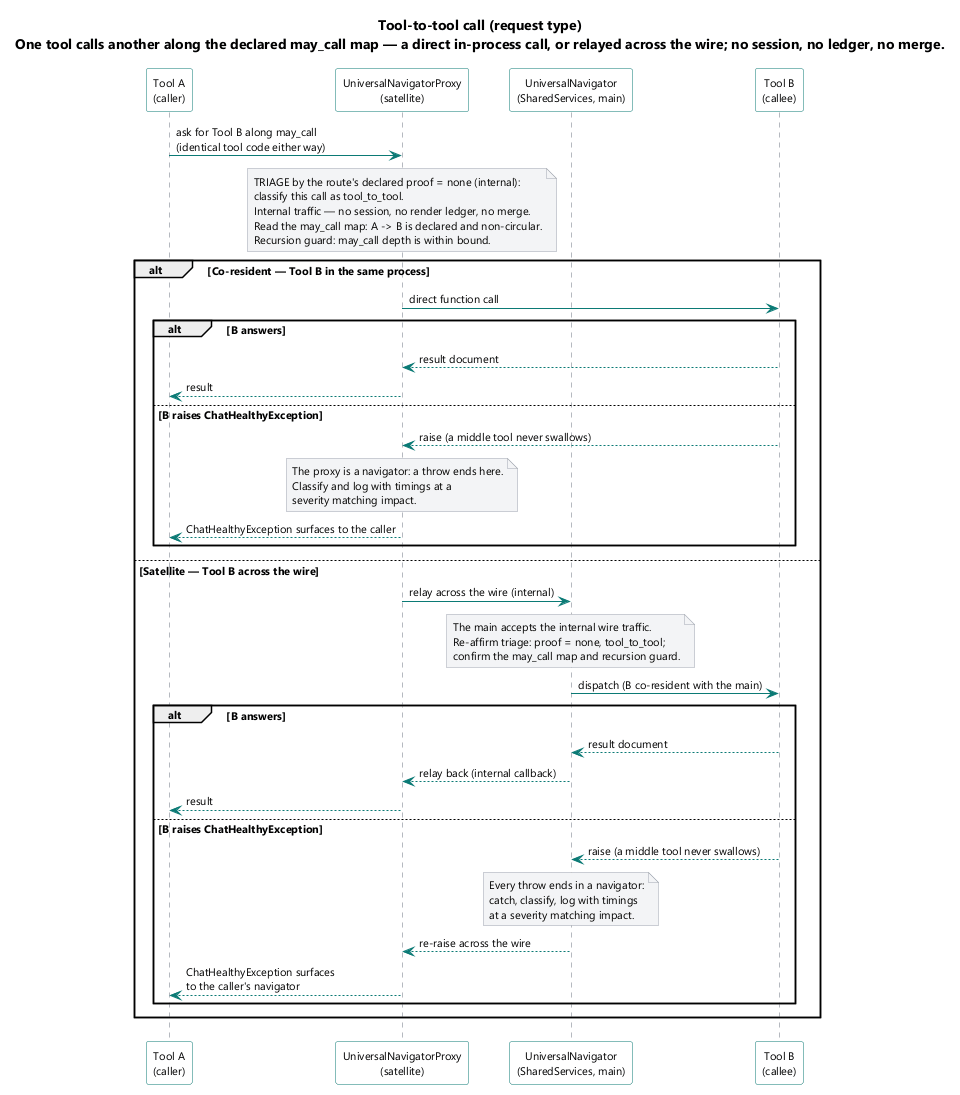
SkipSnow/ChatHealthyRepo keeps this PlantUML diagram as brain/machine_artifacts/diagramsAndImages/rendered/flow_tool_to_tool.png. Above is the earlier version. The source it was exported from:
```plantuml
@startuml
skinparam shadowing false
skinparam defaultFontName Segoe UI
skinparam defaultFontSize 11
skinparam ArrowColor #0b7a75
skinparam SequenceLifeLineBorderColor #6b7280
skinparam ParticipantBorderColor #0b7a75
skinparam ParticipantBackgroundColor #fdfdfd
skinparam NoteBackgroundColor #f3f4f6
skinparam NoteBorderColor #9ca3af

title Tool-to-tool call (request type)\nOne tool calls another along the declared may_call map — a direct in-process call, or relayed across the wire; no session, no ledger, no merge.

participant "Tool A\n(caller)" as A
participant "UniversalNavigatorProxy\n(satellite)" as P
participant "UniversalNavigator\n(SharedServices, main)" as UN
participant "Tool B\n(callee)" as B

A -> P : ask for Tool B along may_call\n(identical tool code either way)
note over P
  TRIAGE by the route's declared proof = none (internal):
  classify this call as tool_to_tool.
  Internal traffic — no session, no render ledger, no merge.
  Read the may_call map: A -> B is declared and non-circular.
  Recursion guard: may_call depth is within bound.
end note

alt Co-resident — Tool B in the same process
  P -> B : direct function call
  alt B answers
    B --> P : result document
    P --> A : result
  else B raises ChatHealthyException
    B --> P : raise (a middle tool never swallows)
    note over P
      The proxy is a navigator: a throw ends here.
      Classify and log with timings at a
      severity matching impact.
    end note
    P --> A : ChatHealthyException surfaces to the caller
  end

else Satellite — Tool B across the wire
  P -> UN : relay across the wire (internal)
  note over UN
    The main accepts the internal wire traffic.
    Re-affirm triage: proof = none, tool_to_tool;
    confirm the may_call map and recursion guard.
  end note
  UN -> B : dispatch (B co-resident with the main)
  alt B answers
    B --> UN : result document
    UN --> P : relay back (internal callback)
    P --> A : result
  else B raises ChatHealthyException
    B --> UN : raise (a middle tool never swallows)
    note over UN
      Every throw ends in a navigator:
      catch, classify, log with timings
      at a severity matching impact.
    end note
    UN --> P : re-raise across the wire
    P --> A : ChatHealthyException surfaces\nto the caller's navigator
  end
end
@enduml
```
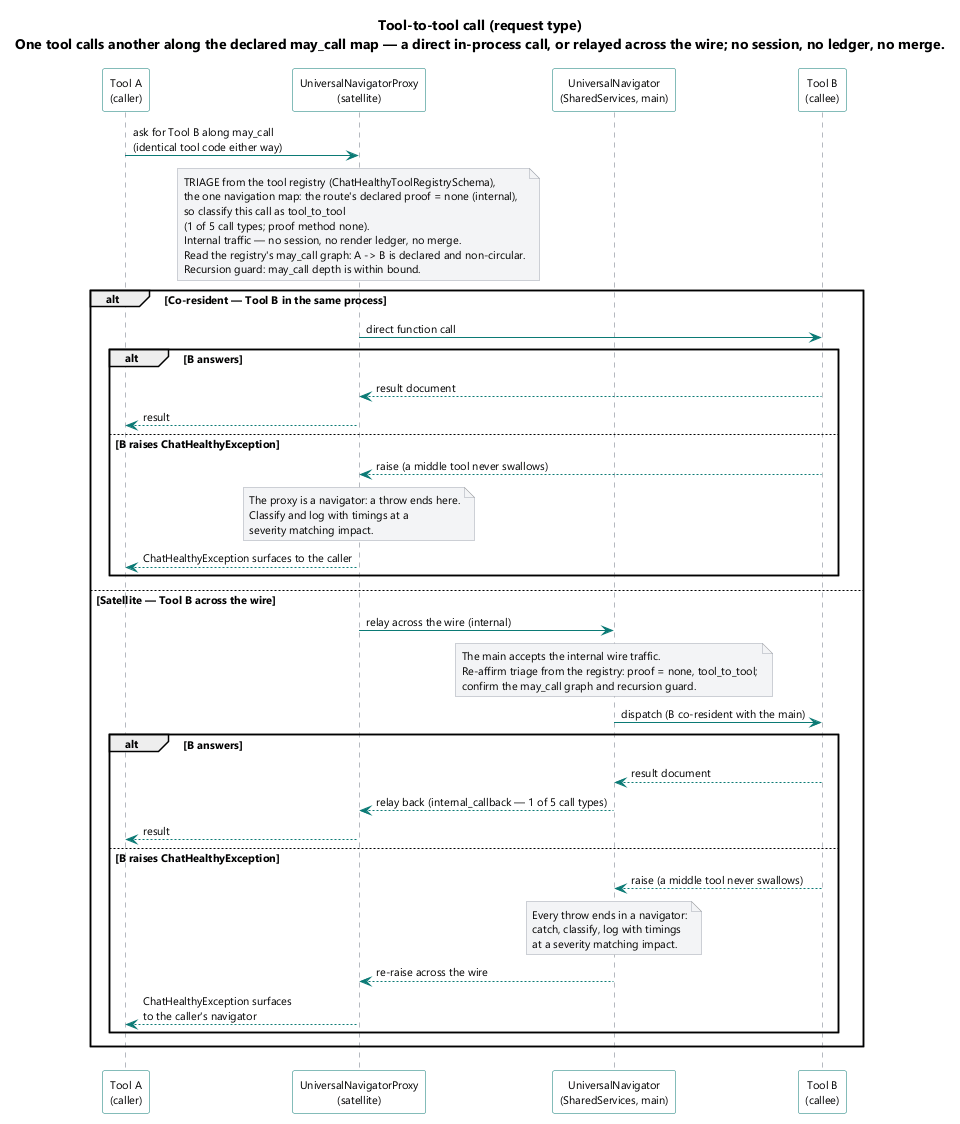
After the change.

Diff of the diagram source:
```diff
@@ -18,10 +18,12 @@
 
 A -> P : ask for Tool B along may_call\n(identical tool code either way)
 note over P
-  TRIAGE by the route's declared proof = none (internal):
-  classify this call as tool_to_tool.
+  TRIAGE from the tool registry (ChatHealthyToolRegistrySchema),
+  the one navigation map: the route's declared proof = none (internal),
+  so classify this call as tool_to_tool
+  (1 of 5 call types; proof method none).
   Internal traffic — no session, no render ledger, no merge.
-  Read the may_call map: A -> B is declared and non-circular.
+  Read the registry's may_call graph: A -> B is declared and non-circular.
   Recursion guard: may_call depth is within bound.
 end note
 
@@ -44,13 +46,13 @@
   P -> UN : relay across the wire (internal)
   note over UN
     The main accepts the internal wire traffic.
-    Re-affirm triage: proof = none, tool_to_tool;
-    confirm the may_call map and recursion guard.
+    Re-affirm triage from the registry: proof = none, tool_to_tool;
+    confirm the may_call graph and recursion guard.
   end note
   UN -> B : dispatch (B co-resident with the main)
   alt B answers
     B --> UN : result document
-    UN --> P : relay back (internal callback)
+    UN --> P : relay back (internal_callback — 1 of 5 call types)
     P --> A : result
   else B raises ChatHealthyException
     B --> UN : raise (a middle tool never swallows)
```
